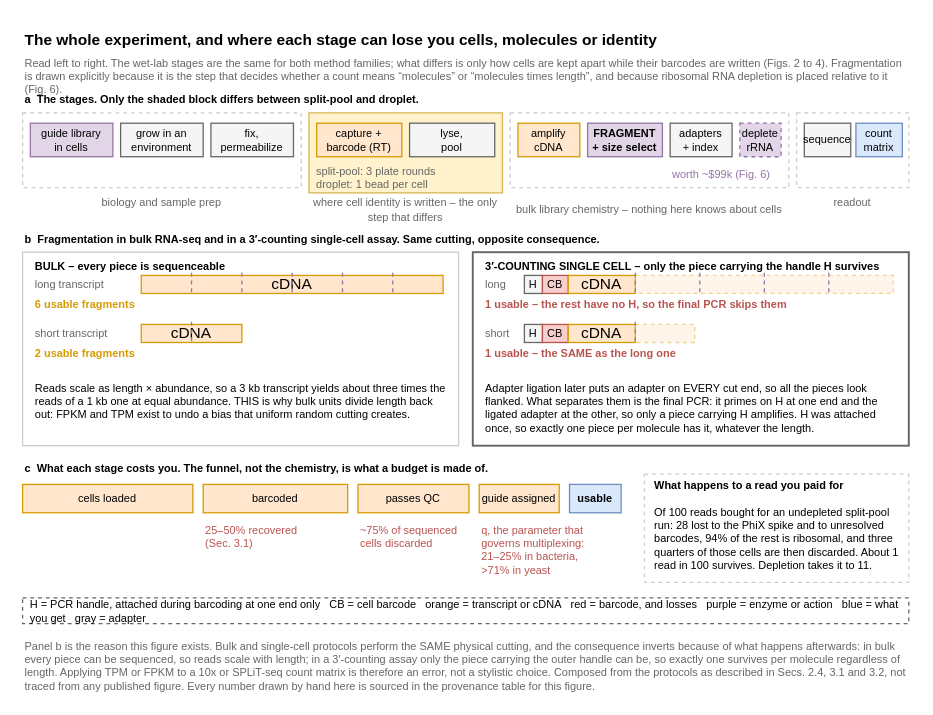
Before: notes/assets/drawio/perturb-seq-workflow.drawio in Mjvolk3/torchcell, a draw.io diagram. Source tidied: cells renumbered, new cells numbered last; positions are measured from the earlier drawing's top-left corner, leaving out a move shared by most shapes. Both pictures are drawn from the tidied source at 129%, with x=0, y=0 at pixel (22, 22).
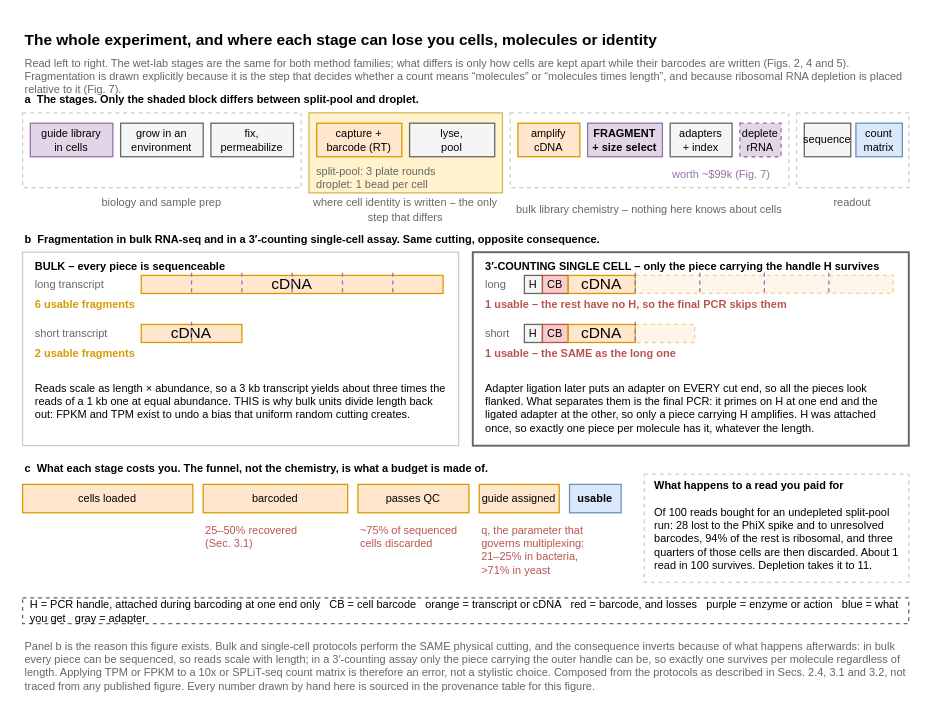
Above is the later version.

Diff of the diagram source:
```diff
@@
-    <mxCell id="3" value="Read left to right. The wet-lab stages are the same for both method families; what differs is only how cells are kept apart while their barcodes are written (Figs. 2 to 4). Fragmentation is drawn explicitly because it is the step that decides whether a count means “molecules” or “molecules times length”, and because ribosomal RNA depletion is placed relative to it (Fig. 6)." style="text;html=1;whiteSpace=wrap;align=left;verticalAlign=top;fontFamily=Arial;fontSize=8.5;fontColor=#666666;" parent="1" vertex="1">
+    <mxCell id="3" value="Read left to right. The wet-lab stages are the same for both method families; what differs is only how cells are kept apart while their barcodes are written (Figs. 2, 4 and 5). Fragmentation is drawn explicitly because it is the step that decides whether a count means “molecules” or “molecules times length”, and because ribosomal RNA depletion is placed relative to it (Fig. 7)." style="text;html=1;whiteSpace=wrap;align=left;verticalAlign=top;fontFamily=Arial;fontSize=8.5;fontColor=#666666;" parent="1" vertex="1">
       <mxGeometry y="20" width="687" height="30" as="geometry" />
     </mxCell>
@@
-    <mxCell id="24" value="worth ~$99k (Fig. 6)" style="text;html=1;whiteSpace=wrap;align=left;verticalAlign=top;fontFamily=Arial;fontSize=8.5;fontColor=#9673A6;" parent="1" vertex="1">
+    <mxCell id="24" value="worth ~$99k (Fig. 7)" style="text;html=1;whiteSpace=wrap;align=left;verticalAlign=top;fontFamily=Arial;fontSize=8.5;fontColor=#9673A6;" parent="1" vertex="1">
       <mxGeometry x="502" y="106" width="92" height="20" as="geometry" />
     </mxCell>
```
